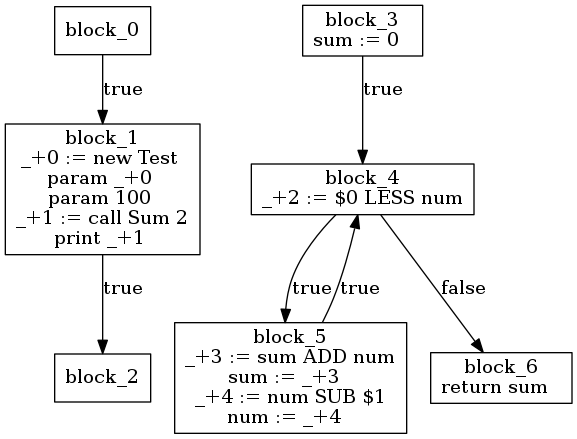
DahVoid/DV1655 keeps this Graphviz diagram as assignment_3/ir.png. Above is the earlier version. Its source is kept beside it as assignment_3/ir.dot.
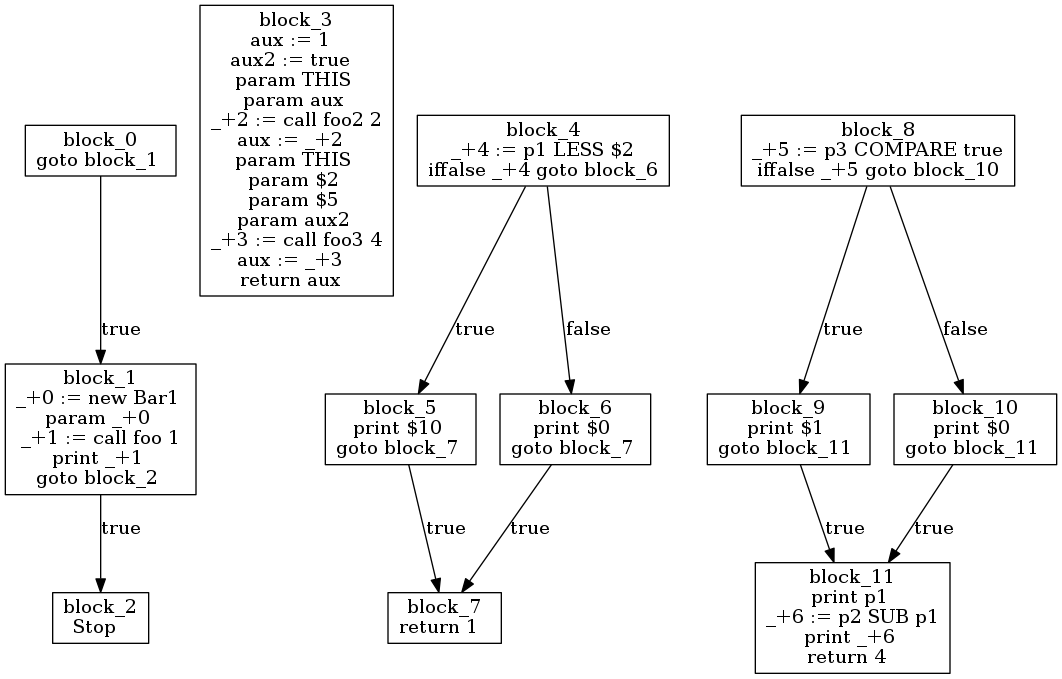
Above is the later version.

Change to the diagram source:
```diff
@@ -1,35 +1,74 @@
 digraph G {
 node [shape = box];
 block_0 [label="block_0
+goto block_1
 "];
 block_0 -> block_1 [ label="true"];
 block_1 [label="block_1
-_+0 := new Test
+_+0 := new Bar1
 param _+0
-param 100
-_+1 := call Sum 2
+_+1 := call foo 1
 print _+1
+goto block_2
 "];
 block_1 -> block_2 [ label="true"];
 block_2 [label="block_2
+Stop
 "];
 block_3 [label="block_3
-sum := 0
+aux := 1
+aux2 := true
+param THIS
+param aux
+_+2 := call foo2 2
+aux := _+2
+param THIS
+param $2
+param $5
+param aux2
+_+3 := call foo3 4
+aux := _+3
+return aux
 "];
-block_3 -> block_4 [ label="true"];
 block_4 [label="block_4
-_+2 := $0 LESS num
+_+4 := p1 LESS $2
+iffalse _+4 goto block_6
 "];
 block_4 -> block_5 [ label="true"];
 block_5 [label="block_5
-_+3 := sum ADD num
-sum := _+3
-_+4 := num SUB $1
-num := _+4
+print $10
+goto block_7
 "];
-block_5 -> block_4 [ label="true"];
+block_5 -> block_7 [ label="true"];
+block_7 [label="block_7
+return 1
+"];
 block_4 -> block_6 [ label="false"];
 block_6 [label="block_6
-return sum
+print $0
+goto block_7
 "];
+block_6 -> block_7 [ label="true"];
+block_8 [label="block_8
+_+5 := p3 COMPARE true
+iffalse _+5 goto block_10
+"];
+block_8 -> block_9 [ label="true"];
+block_9 [label="block_9
+print $1
+goto block_11
+"];
+block_9 -> block_11 [ label="true"];
+block_11 [label="block_11
+print p1
+_+6 := p2 SUB p1
+print _+6
+return 4
+"];
+block_8 -> block_10 [ label="false"];
+block_10 [label="block_10
+print $0
+goto block_11
+"];
+block_10 -> block_11 [ label="true"];
 }
```
